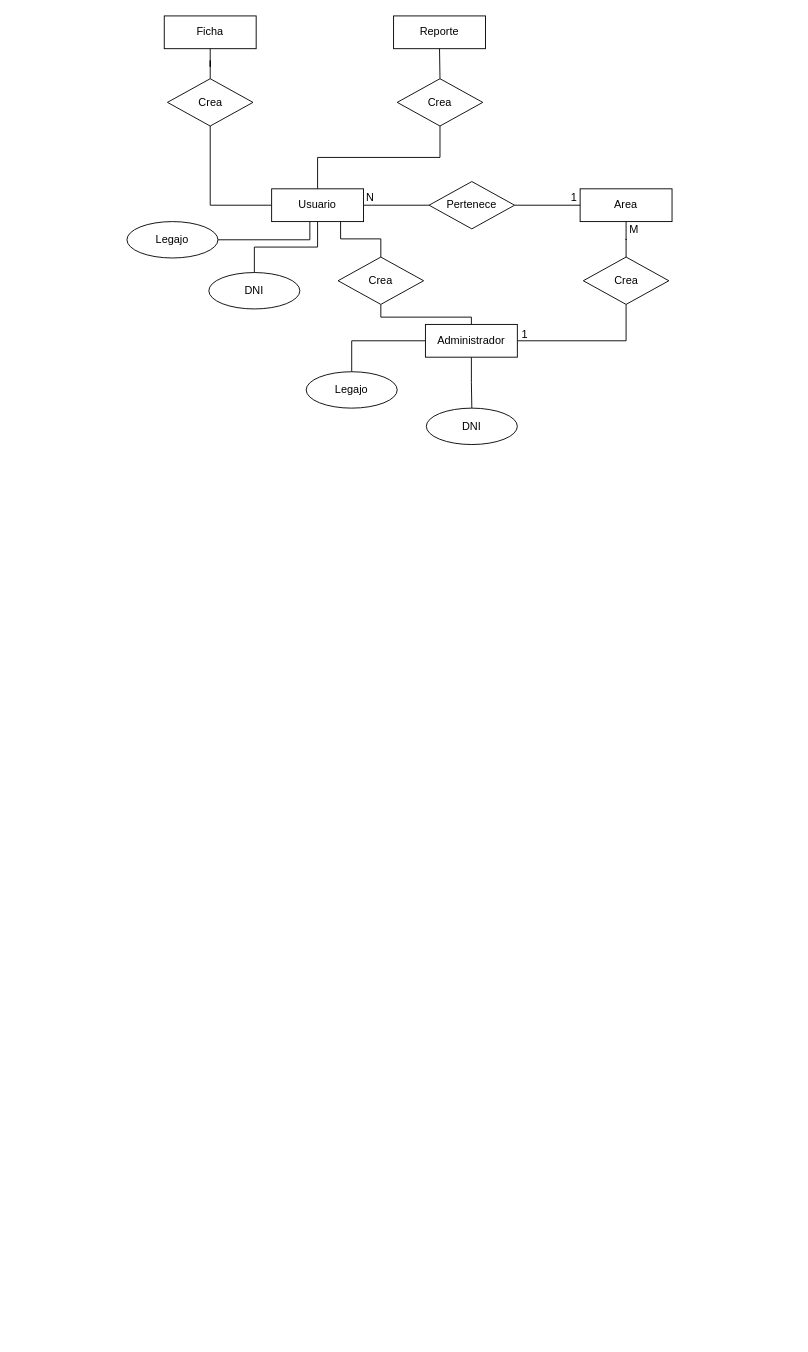
The draw.io diagram Documentos/ER.drawio in JosueErmG/Hospital-OlimpiadaNacional, before the edit. Source tidied: cells renumbered, new cells numbered last; positions are measured from the earlier drawing's top-left corner, leaving out a move shared by most shapes. Both pictures are drawn from the tidied source at 91%, with x=0, y=0 at pixel (126, 15).
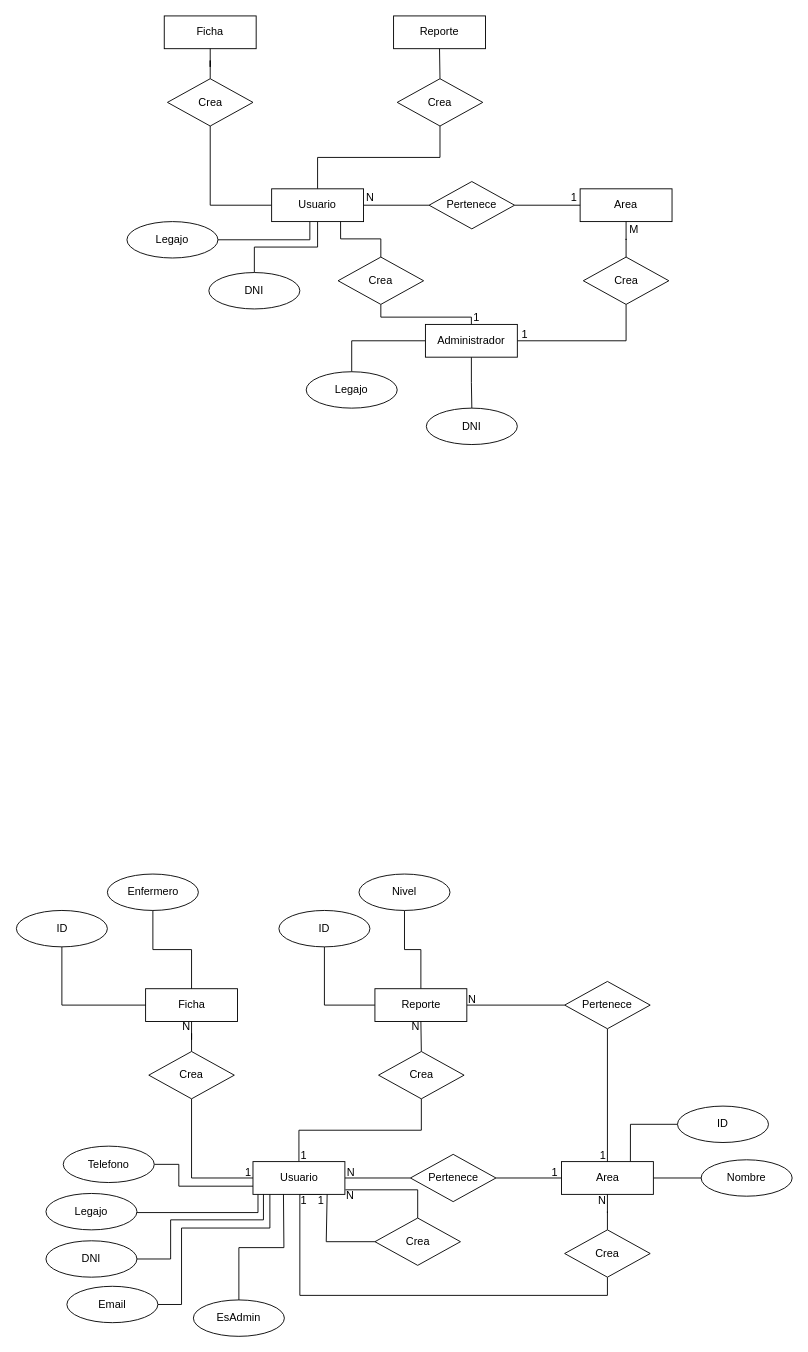
After the change.

Change to the diagram source:
```diff
@@
+    <mxCell id="34" value="1" style="text;html=1;align=center;verticalAlign=middle;strokeColor=none;fillColor=none;" parent="1" vertex="1">
+      <mxGeometry x="371" y="319" width="25" height="26" as="geometry" />
+    </mxCell>
+    <mxCell id="35" style="edgeStyle=orthogonalEdgeStyle;rounded=0;jettySize=auto;html=1;exitX=0.5;exitY=0;exitDx=0;exitDy=0;endArrow=none;endFill=0;" parent="1" edge="1" source="40" target="55">
+      <mxGeometry relative="1" as="geometry" />
+    </mxCell>
+    <mxCell id="36" style="edgeStyle=orthogonalEdgeStyle;rounded=0;jettySize=auto;html=1;endArrow=none;endFill=0;" parent="1" edge="1" source="40" target="57">
+      <mxGeometry relative="1" as="geometry" />
+    </mxCell>
+    <mxCell id="37" style="edgeStyle=orthogonalEdgeStyle;rounded=0;jettySize=auto;html=1;endArrow=none;endFill=0;" parent="1" edge="1" source="40" target="49">
+      <mxGeometry relative="1" as="geometry">
+        <Array as="points">
+          <mxPoint x="144" y="1315" />
+        </Array>
+      </mxGeometry>
+    </mxCell>
+    <mxCell id="38" style="edgeStyle=orthogonalEdgeStyle;rounded=0;jettySize=auto;html=1;endArrow=none;endFill=0;" parent="1" edge="1" source="40" target="59">
+      <mxGeometry relative="1" as="geometry" />
+    </mxCell>
+    <mxCell id="39" style="edgeStyle=orthogonalEdgeStyle;rounded=0;jettySize=auto;html=1;exitX=0.75;exitY=1;exitDx=0;exitDy=0;entryX=0.5;entryY=1;entryDx=0;entryDy=0;endArrow=none;endFill=0;" parent="1" edge="1" source="40" target="53">
+      <mxGeometry relative="1" as="geometry">
+        <Array as="points">
+          <mxPoint x="190" y="1295" />
+          <mxPoint x="190" y="1406" />
+          <mxPoint x="528" y="1406" />
+        </Array>
+      </mxGeometry>
+    </mxCell>
+    <mxCell id="40" value="Usuario" style="rounded=0;whiteSpace=wrap;html=1;" parent="1" vertex="1">
+      <mxGeometry x="138.5" y="1259" width="101" height="36" as="geometry" />
+    </mxCell>
+    <mxCell id="41" style="edgeStyle=orthogonalEdgeStyle;rounded=0;jettySize=auto;html=1;endArrow=none;endFill=0;" parent="1" edge="1" source="44" target="86">
+      <mxGeometry relative="1" as="geometry" />
+    </mxCell>
+    <mxCell id="42" style="edgeStyle=orthogonalEdgeStyle;rounded=0;jettySize=auto;html=1;endArrow=none;endFill=0;" parent="1" edge="1" source="44" target="84">
+      <mxGeometry relative="1" as="geometry" />
+    </mxCell>
+    <mxCell id="43" style="edgeStyle=orthogonalEdgeStyle;rounded=0;jettySize=auto;html=1;endArrow=none;endFill=0;" parent="1" edge="1" source="44" target="83">
+      <mxGeometry relative="1" as="geometry" />
+    </mxCell>
+    <mxCell id="44" value="Reporte" style="rounded=0;whiteSpace=wrap;html=1;" parent="1" vertex="1">
+      <mxGeometry x="272.5" y="1069" width="101" height="36" as="geometry" />
+    </mxCell>
+    <mxCell id="45" style="edgeStyle=orthogonalEdgeStyle;rounded=0;jettySize=auto;html=1;endArrow=none;endFill=0;" parent="1" edge="1" source="47" target="90">
+      <mxGeometry relative="1" as="geometry" />
+    </mxCell>
+    <mxCell id="46" style="edgeStyle=orthogonalEdgeStyle;rounded=0;jettySize=auto;html=1;exitX=0.75;exitY=0;exitDx=0;exitDy=0;entryX=0;entryY=0.5;entryDx=0;entryDy=0;endArrow=none;endFill=0;" parent="1" edge="1" source="47" target="89">
+      <mxGeometry relative="1" as="geometry" />
+    </mxCell>
+    <mxCell id="47" value="Area" style="rounded=0;whiteSpace=wrap;html=1;" parent="1" vertex="1">
+      <mxGeometry x="477.5" y="1259" width="101" height="36" as="geometry" />
+    </mxCell>
+    <mxCell id="48" value="Ficha" style="rounded=0;whiteSpace=wrap;html=1;" parent="1" vertex="1">
+      <mxGeometry x="20.5" y="1069" width="101" height="36" as="geometry" />
+    </mxCell>
+    <mxCell id="49" value="Legajo" style="ellipse;whiteSpace=wrap;html=1;align=center;" parent="1" vertex="1">
+      <mxGeometry x="-89" y="1294" width="100" height="40" as="geometry" />
+    </mxCell>
+    <mxCell id="50" style="edgeStyle=orthogonalEdgeStyle;rounded=0;jettySize=auto;html=1;exitX=1;exitY=0.5;exitDx=0;exitDy=0;endArrow=none;endFill=0;" parent="1" edge="1" source="51">
+      <mxGeometry relative="1" as="geometry">
+        <mxPoint x="150" y="1295" as="targetPoint" />
+        <Array as="points">
+          <mxPoint x="48" y="1366" />
+          <mxPoint x="48" y="1323" />
+          <mxPoint x="150" y="1323" />
+        </Array>
+      </mxGeometry>
+    </mxCell>
+    <mxCell id="51" value="DNI" style="ellipse;whiteSpace=wrap;html=1;align=center;" parent="1" vertex="1">
+      <mxGeometry x="-89" y="1346" width="100" height="40" as="geometry" />
+    </mxCell>
+    <mxCell id="52" style="edgeStyle=orthogonalEdgeStyle;rounded=0;jettySize=auto;html=1;exitX=0.5;exitY=0;exitDx=0;exitDy=0;endArrow=none;endFill=0;" parent="1" edge="1" source="53" target="47">
+      <mxGeometry relative="1" as="geometry" />
+    </mxCell>
+    <mxCell id="53" value="Crea" style="shape=rhombus;perimeter=rhombusPerimeter;whiteSpace=wrap;html=1;align=center;" parent="1" vertex="1">
+      <mxGeometry x="481" y="1334" width="94" height="52" as="geometry" />
+    </mxCell>
+    <mxCell id="54" style="edgeStyle=orthogonalEdgeStyle;rounded=0;jettySize=auto;html=1;exitX=0.5;exitY=0;exitDx=0;exitDy=0;entryX=0.5;entryY=1;entryDx=0;entryDy=0;endArrow=none;endFill=0;" parent="1" edge="1" source="55" target="44">
+      <mxGeometry relative="1" as="geometry" />
+    </mxCell>
+    <mxCell id="55" value="Crea" style="shape=rhombus;perimeter=rhombusPerimeter;whiteSpace=wrap;html=1;align=center;" parent="1" vertex="1">
+      <mxGeometry x="276.5" y="1138" width="94" height="52" as="geometry" />
+    </mxCell>
+    <mxCell id="56" style="edgeStyle=orthogonalEdgeStyle;rounded=0;jettySize=auto;html=1;exitX=0.5;exitY=0;exitDx=0;exitDy=0;endArrow=none;endFill=0;" parent="1" edge="1" source="57" target="48">
+      <mxGeometry relative="1" as="geometry" />
+    </mxCell>
+    <mxCell id="57" value="Crea" style="shape=rhombus;perimeter=rhombusPerimeter;whiteSpace=wrap;html=1;align=center;" parent="1" vertex="1">
+      <mxGeometry x="24" y="1138" width="94" height="52" as="geometry" />
+    </mxCell>
+    <mxCell id="58" style="edgeStyle=orthogonalEdgeStyle;rounded=0;jettySize=auto;html=1;endArrow=none;endFill=0;" parent="1" edge="1" source="59" target="47">
+      <mxGeometry relative="1" as="geometry" />
+    </mxCell>
+    <mxCell id="59" value="Pertenece" style="shape=rhombus;perimeter=rhombusPerimeter;whiteSpace=wrap;html=1;align=center;" parent="1" vertex="1">
+      <mxGeometry x="311.5" y="1251" width="94" height="52" as="geometry" />
+    </mxCell>
+    <mxCell id="60" value="N" style="text;html=1;align=center;verticalAlign=middle;strokeColor=none;fillColor=none;" parent="1" vertex="1">
+      <mxGeometry x="232.5" y="1258" width="27" height="26" as="geometry" />
+    </mxCell>
+    <mxCell id="61" value="1" style="text;html=1;align=center;verticalAlign=middle;strokeColor=none;fillColor=none;" parent="1" vertex="1">
+      <mxGeometry x="457.5" y="1258" width="25" height="26" as="geometry" />
+    </mxCell>
+    <mxCell id="62" value="N" style="text;html=1;align=center;verticalAlign=middle;strokeColor=none;fillColor=none;" parent="1" vertex="1">
+      <mxGeometry x="508.5" y="1289" width="27" height="26" as="geometry" />
+    </mxCell>
+    <mxCell id="63" style="edgeStyle=orthogonalEdgeStyle;rounded=0;jettySize=auto;html=1;exitX=0.5;exitY=0;exitDx=0;exitDy=0;endArrow=none;endFill=0;" parent="1" edge="1" source="65">
+      <mxGeometry relative="1" as="geometry">
+        <mxPoint x="240" y="1290" as="targetPoint" />
+        <Array as="points">
+          <mxPoint x="320" y="1290" />
+          <mxPoint x="240" y="1290" />
+        </Array>
+      </mxGeometry>
+    </mxCell>
+    <mxCell id="64" style="edgeStyle=orthogonalEdgeStyle;rounded=0;jettySize=auto;html=1;endArrow=none;endFill=0;" parent="1" edge="1" source="65">
+      <mxGeometry relative="1" as="geometry">
+        <mxPoint x="220" y="1295" as="targetPoint" />
+        <Array as="points">
+          <mxPoint x="219" y="1347" />
+          <mxPoint x="219" y="1295" />
+        </Array>
+      </mxGeometry>
+    </mxCell>
+    <mxCell id="65" value="Crea" style="shape=rhombus;perimeter=rhombusPerimeter;whiteSpace=wrap;html=1;align=center;" parent="1" vertex="1">
+      <mxGeometry x="272.5" y="1321" width="94" height="52" as="geometry" />
+    </mxCell>
+    <mxCell id="66" style="edgeStyle=orthogonalEdgeStyle;rounded=0;jettySize=auto;html=1;endArrow=none;endFill=0;exitX=0.5;exitY=0;exitDx=0;exitDy=0;" parent="1" edge="1" source="67">
+      <mxGeometry relative="1" as="geometry">
+        <mxPoint x="172" y="1295" as="targetPoint" />
+      </mxGeometry>
+    </mxCell>
+    <mxCell id="67" value="EsAdmin" style="ellipse;whiteSpace=wrap;html=1;align=center;" parent="1" vertex="1">
+      <mxGeometry x="73" y="1411" width="100" height="40" as="geometry" />
+    </mxCell>
+    <mxCell id="68" value="1" style="text;html=1;align=center;verticalAlign=middle;strokeColor=none;fillColor=none;" parent="1" vertex="1">
+      <mxGeometry x="200.5" y="1289" width="25" height="26" as="geometry" />
+    </mxCell>
+    <mxCell id="69" value="N" style="text;html=1;align=center;verticalAlign=middle;strokeColor=none;fillColor=none;" parent="1" vertex="1">
+      <mxGeometry x="231" y="1284" width="27" height="26" as="geometry" />
+    </mxCell>
+    <mxCell id="70" value="1" style="text;html=1;align=center;verticalAlign=middle;strokeColor=none;fillColor=none;" parent="1" vertex="1">
+      <mxGeometry x="181.5" y="1289" width="25" height="26" as="geometry" />
+    </mxCell>
+    <mxCell id="71" value="N" style="text;html=1;align=center;verticalAlign=middle;strokeColor=none;fillColor=none;" parent="1" vertex="1">
+      <mxGeometry x="303" y="1098" width="27" height="26" as="geometry" />
+    </mxCell>
+    <mxCell id="72" value="N" style="text;html=1;align=center;verticalAlign=middle;strokeColor=none;fillColor=none;" parent="1" vertex="1">
+      <mxGeometry x="51.5" y="1098" width="27" height="26" as="geometry" />
+    </mxCell>
+    <mxCell id="73" value="1" style="text;html=1;align=center;verticalAlign=middle;strokeColor=none;fillColor=none;" parent="1" vertex="1">
+      <mxGeometry x="120" y="1258" width="25" height="26" as="geometry" />
+    </mxCell>
+    <mxCell id="74" value="1" style="text;html=1;align=center;verticalAlign=middle;strokeColor=none;fillColor=none;" parent="1" vertex="1">
+      <mxGeometry x="181.5" y="1240" width="25" height="26" as="geometry" />
+    </mxCell>
+    <mxCell id="75" style="edgeStyle=orthogonalEdgeStyle;rounded=0;jettySize=auto;html=1;entryX=0;entryY=0.75;entryDx=0;entryDy=0;endArrow=none;endFill=0;" parent="1" edge="1" source="76" target="40">
+      <mxGeometry relative="1" as="geometry">
+        <Array as="points">
+          <mxPoint x="57" y="1262" />
+          <mxPoint x="57" y="1286" />
+        </Array>
+      </mxGeometry>
+    </mxCell>
+    <mxCell id="76" value="Telefono" style="ellipse;whiteSpace=wrap;html=1;align=center;" parent="1" vertex="1">
+      <mxGeometry x="-70" y="1242" width="100" height="40" as="geometry" />
+    </mxCell>
+    <mxCell id="77" style="edgeStyle=orthogonalEdgeStyle;rounded=0;jettySize=auto;html=1;exitX=1;exitY=0.5;exitDx=0;exitDy=0;entryX=0.184;entryY=1.005;entryDx=0;entryDy=0;endArrow=none;endFill=0;entryPerimeter=0;" parent="1" edge="1" source="78" target="40">
+      <mxGeometry relative="1" as="geometry">
+        <Array as="points">
+          <mxPoint x="60" y="1416" />
+          <mxPoint x="60" y="1332" />
+          <mxPoint x="157" y="1332" />
+          <mxPoint x="157" y="1295" />
+        </Array>
+      </mxGeometry>
+    </mxCell>
+    <mxCell id="78" value="Email" style="ellipse;whiteSpace=wrap;html=1;align=center;" parent="1" vertex="1">
+      <mxGeometry x="-66" y="1396" width="100" height="40" as="geometry" />
+    </mxCell>
+    <mxCell id="79" style="edgeStyle=orthogonalEdgeStyle;rounded=0;jettySize=auto;html=1;exitX=0.5;exitY=1;exitDx=0;exitDy=0;entryX=0;entryY=0.5;entryDx=0;entryDy=0;endArrow=none;endFill=0;" parent="1" edge="1" source="80" target="48">
+      <mxGeometry relative="1" as="geometry" />
+    </mxCell>
+    <mxCell id="80" value="ID" style="ellipse;whiteSpace=wrap;html=1;align=center;" parent="1" vertex="1">
+      <mxGeometry x="-121.5" y="983" width="100" height="40" as="geometry" />
+    </mxCell>
+    <mxCell id="81" style="edgeStyle=orthogonalEdgeStyle;rounded=0;jettySize=auto;html=1;exitX=0.5;exitY=1;exitDx=0;exitDy=0;entryX=0.5;entryY=0;entryDx=0;entryDy=0;endArrow=none;endFill=0;" parent="1" edge="1" source="82" target="48">
+      <mxGeometry relative="1" as="geometry" />
+    </mxCell>
+    <mxCell id="82" value="Enfermero" style="ellipse;whiteSpace=wrap;html=1;align=center;" parent="1" vertex="1">
+      <mxGeometry x="-21.5" y="943" width="100" height="40" as="geometry" />
+    </mxCell>
+    <mxCell id="83" value="ID" style="ellipse;whiteSpace=wrap;html=1;align=center;" parent="1" vertex="1">
+      <mxGeometry x="167" y="983" width="100" height="40" as="geometry" />
+    </mxCell>
+    <mxCell id="84" value="Nivel" style="ellipse;whiteSpace=wrap;html=1;align=center;" parent="1" vertex="1">
+      <mxGeometry x="255" y="943" width="100" height="40" as="geometry" />
+    </mxCell>
+    <mxCell id="85" style="edgeStyle=orthogonalEdgeStyle;rounded=0;jettySize=auto;html=1;endArrow=none;endFill=0;" parent="1" edge="1" source="86" target="47">
+      <mxGeometry relative="1" as="geometry" />
+    </mxCell>
+    <mxCell id="86" value="Pertenece" style="shape=rhombus;perimeter=rhombusPerimeter;whiteSpace=wrap;html=1;align=center;" parent="1" vertex="1">
+      <mxGeometry x="481" y="1061" width="94" height="52" as="geometry" />
+    </mxCell>
+    <mxCell id="87" value="1" style="text;html=1;align=center;verticalAlign=middle;strokeColor=none;fillColor=none;" parent="1" vertex="1">
+      <mxGeometry x="510" y="1240" width="25" height="26" as="geometry" />
+    </mxCell>
+    <mxCell id="88" value="N" style="text;html=1;align=center;verticalAlign=middle;strokeColor=none;fillColor=none;" parent="1" vertex="1">
+      <mxGeometry x="365.5" y="1068" width="27" height="26" as="geometry" />
+    </mxCell>
+    <mxCell id="89" value="ID" style="ellipse;whiteSpace=wrap;html=1;align=center;" parent="1" vertex="1">
+      <mxGeometry x="605" y="1198" width="100" height="40" as="geometry" />
+    </mxCell>
+    <mxCell id="90" value="Nombre" style="ellipse;whiteSpace=wrap;html=1;align=center;" parent="1" vertex="1">
+      <mxGeometry x="631" y="1257" width="100" height="40" as="geometry" />
+    </mxCell>
```
